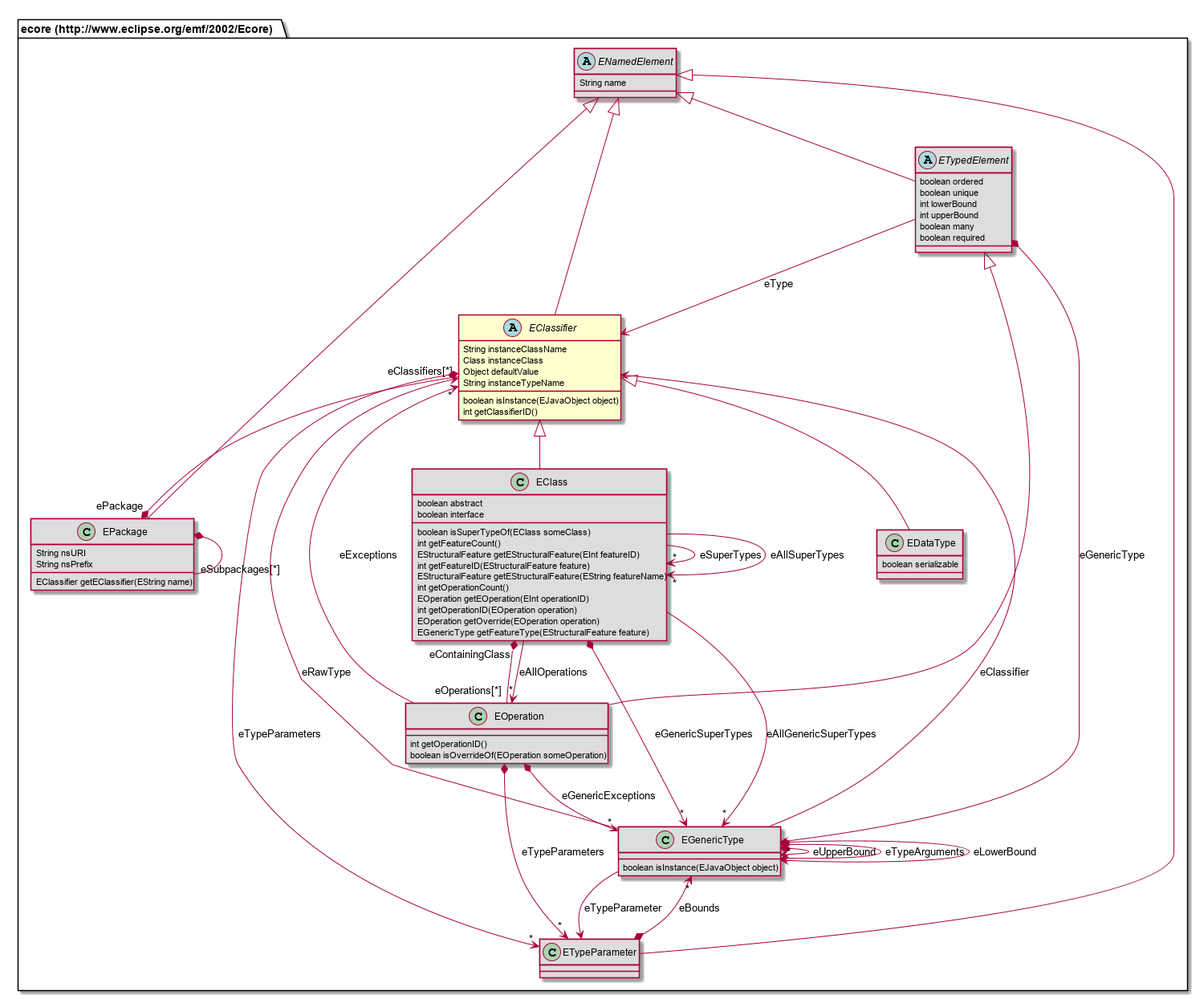
The PlantUML diagram repository/src/site/resources/model-doc/687474703a2f2f7777772e65636c697073652e6f72672f656d662f323030322f45636f7265/EClassifier.png in Nasdanika/html, before a commit. Its diagram source:
```plantuml
@startuml
abstract class "ecore (http://www.eclipse.org/emf/2002/Ecore).EClassifier" [[#router/doc-content/687474703a2f2f7777772e65636c697073652e6f72672f656d662f323030322f45636f7265/EClassifier.html]] {
	String instanceClassName
	Class instanceClass
	Object defaultValue
	String instanceTypeName
	boolean isInstance(EJavaObject object)
	int getClassifierID()
}
class "ecore (http://www.eclipse.org/emf/2002/Ecore).EDataType" [[#router/doc-content/687474703a2f2f7777772e65636c697073652e6f72672f656d662f323030322f45636f7265/EDataType.html]] #DDDDDD {
	boolean serializable
}
class "ecore (http://www.eclipse.org/emf/2002/Ecore).EOperation" [[#router/doc-content/687474703a2f2f7777772e65636c697073652e6f72672f656d662f323030322f45636f7265/EOperation.html]] #DDDDDD {
	int getOperationID()
	boolean isOverrideOf(EOperation someOperation)
}
abstract class "ecore (http://www.eclipse.org/emf/2002/Ecore).ETypedElement" [[#router/doc-content/687474703a2f2f7777772e65636c697073652e6f72672f656d662f323030322f45636f7265/ETypedElement.html]] #DDDDDD {
	boolean ordered
	boolean unique
	int lowerBound
	int upperBound
	boolean many
	boolean required
}
class "ecore (http://www.eclipse.org/emf/2002/Ecore).EPackage" [[#router/doc-content/687474703a2f2f7777772e65636c697073652e6f72672f656d662f323030322f45636f7265/EPackage.html]] #DDDDDD {
	String nsURI
	String nsPrefix
	EClassifier getEClassifier(EString name)
}
class "ecore (http://www.eclipse.org/emf/2002/Ecore).EClass" [[#router/doc-content/687474703a2f2f7777772e65636c697073652e6f72672f656d662f323030322f45636f7265/EClass.html]] #DDDDDD {
	boolean abstract
	boolean interface
	boolean isSuperTypeOf(EClass someClass)
	int getFeatureCount()
	EStructuralFeature getEStructuralFeature(EInt featureID)
	int getFeatureID(EStructuralFeature feature)
	EStructuralFeature getEStructuralFeature(EString featureName)
	int getOperationCount()
	EOperation getEOperation(EInt operationID)
	int getOperationID(EOperation operation)
	EOperation getOverride(EOperation operation)
	EGenericType getFeatureType(EStructuralFeature feature)
}
class "ecore (http://www.eclipse.org/emf/2002/Ecore).ETypeParameter" [[#router/doc-content/687474703a2f2f7777772e65636c697073652e6f72672f656d662f323030322f45636f7265/ETypeParameter.html]] #DDDDDD {
}
class "ecore (http://www.eclipse.org/emf/2002/Ecore).EGenericType" [[#router/doc-content/687474703a2f2f7777772e65636c697073652e6f72672f656d662f323030322f45636f7265/EGenericType.html]] #DDDDDD {
	boolean isInstance(EJavaObject object)
}
abstract class "ecore (http://www.eclipse.org/emf/2002/Ecore).ENamedElement" [[#router/doc-content/687474703a2f2f7777772e65636c697073652e6f72672f656d662f323030322f45636f7265/ENamedElement.html]] #DDDDDD {
	String name
}
"ecore (http://www.eclipse.org/emf/2002/Ecore).EClassifier" <|-- "ecore (http://www.eclipse.org/emf/2002/Ecore).EDataType"
"ecore (http://www.eclipse.org/emf/2002/Ecore).ETypedElement" <|-- "ecore (http://www.eclipse.org/emf/2002/Ecore).EOperation"
"ecore (http://www.eclipse.org/emf/2002/Ecore).ENamedElement" <|-- "ecore (http://www.eclipse.org/emf/2002/Ecore).ETypedElement"
"ecore (http://www.eclipse.org/emf/2002/Ecore).ENamedElement" <|-- "ecore (http://www.eclipse.org/emf/2002/Ecore).EClassifier"
"ecore (http://www.eclipse.org/emf/2002/Ecore).ENamedElement" <|-- "ecore (http://www.eclipse.org/emf/2002/Ecore).EPackage"
"ecore (http://www.eclipse.org/emf/2002/Ecore).EClassifier" <|-- "ecore (http://www.eclipse.org/emf/2002/Ecore).EClass"
"ecore (http://www.eclipse.org/emf/2002/Ecore).ENamedElement" <|-- "ecore (http://www.eclipse.org/emf/2002/Ecore).ETypeParameter"
"ecore (http://www.eclipse.org/emf/2002/Ecore).EOperation" "eOperations[*]" --* "eContainingClass" "ecore (http://www.eclipse.org/emf/2002/Ecore).EClass"
"ecore (http://www.eclipse.org/emf/2002/Ecore).EOperation" *--> "*" "ecore (http://www.eclipse.org/emf/2002/Ecore).ETypeParameter" : eTypeParameters
"ecore (http://www.eclipse.org/emf/2002/Ecore).EOperation" --> "*" "ecore (http://www.eclipse.org/emf/2002/Ecore).EClassifier" : eExceptions
"ecore (http://www.eclipse.org/emf/2002/Ecore).EOperation" *--> "*" "ecore (http://www.eclipse.org/emf/2002/Ecore).EGenericType" : eGenericExceptions
"ecore (http://www.eclipse.org/emf/2002/Ecore).ETypedElement" --> "ecore (http://www.eclipse.org/emf/2002/Ecore).EClassifier" : eType
"ecore (http://www.eclipse.org/emf/2002/Ecore).ETypedElement" *--> "ecore (http://www.eclipse.org/emf/2002/Ecore).EGenericType" : eGenericType
"ecore (http://www.eclipse.org/emf/2002/Ecore).EClassifier" "eClassifiers[*]" --* "ePackage" "ecore (http://www.eclipse.org/emf/2002/Ecore).EPackage"
"ecore (http://www.eclipse.org/emf/2002/Ecore).EClassifier" *--> "*" "ecore (http://www.eclipse.org/emf/2002/Ecore).ETypeParameter" : eTypeParameters
"ecore (http://www.eclipse.org/emf/2002/Ecore).EPackage" *-- "eSubpackages[*]" "ecore (http://www.eclipse.org/emf/2002/Ecore).EPackage"
"ecore (http://www.eclipse.org/emf/2002/Ecore).EClass" --> "*" "ecore (http://www.eclipse.org/emf/2002/Ecore).EClass" : eSuperTypes
"ecore (http://www.eclipse.org/emf/2002/Ecore).EClass" --> "*" "ecore (http://www.eclipse.org/emf/2002/Ecore).EOperation" : eAllOperations
"ecore (http://www.eclipse.org/emf/2002/Ecore).EClass" --> "*" "ecore (http://www.eclipse.org/emf/2002/Ecore).EClass" : eAllSuperTypes
"ecore (http://www.eclipse.org/emf/2002/Ecore).EClass" *--> "*" "ecore (http://www.eclipse.org/emf/2002/Ecore).EGenericType" : eGenericSuperTypes
"ecore (http://www.eclipse.org/emf/2002/Ecore).EClass" --> "*" "ecore (http://www.eclipse.org/emf/2002/Ecore).EGenericType" : eAllGenericSuperTypes
"ecore (http://www.eclipse.org/emf/2002/Ecore).ETypeParameter" *--> "*" "ecore (http://www.eclipse.org/emf/2002/Ecore).EGenericType" : eBounds
"ecore (http://www.eclipse.org/emf/2002/Ecore).EGenericType" *--> "ecore (http://www.eclipse.org/emf/2002/Ecore).EGenericType" : eUpperBound
"ecore (http://www.eclipse.org/emf/2002/Ecore).EGenericType" *--> "*" "ecore (http://www.eclipse.org/emf/2002/Ecore).EGenericType" : eTypeArguments
"ecore (http://www.eclipse.org/emf/2002/Ecore).EGenericType" --> "ecore (http://www.eclipse.org/emf/2002/Ecore).EClassifier" : eRawType
"ecore (http://www.eclipse.org/emf/2002/Ecore).EGenericType" *--> "ecore (http://www.eclipse.org/emf/2002/Ecore).EGenericType" : eLowerBound
"ecore (http://www.eclipse.org/emf/2002/Ecore).EGenericType" --> "ecore (http://www.eclipse.org/emf/2002/Ecore).ETypeParameter" : eTypeParameter
"ecore (http://www.eclipse.org/emf/2002/Ecore).EGenericType" --> "ecore (http://www.eclipse.org/emf/2002/Ecore).EClassifier" : eClassifier
@enduml
```
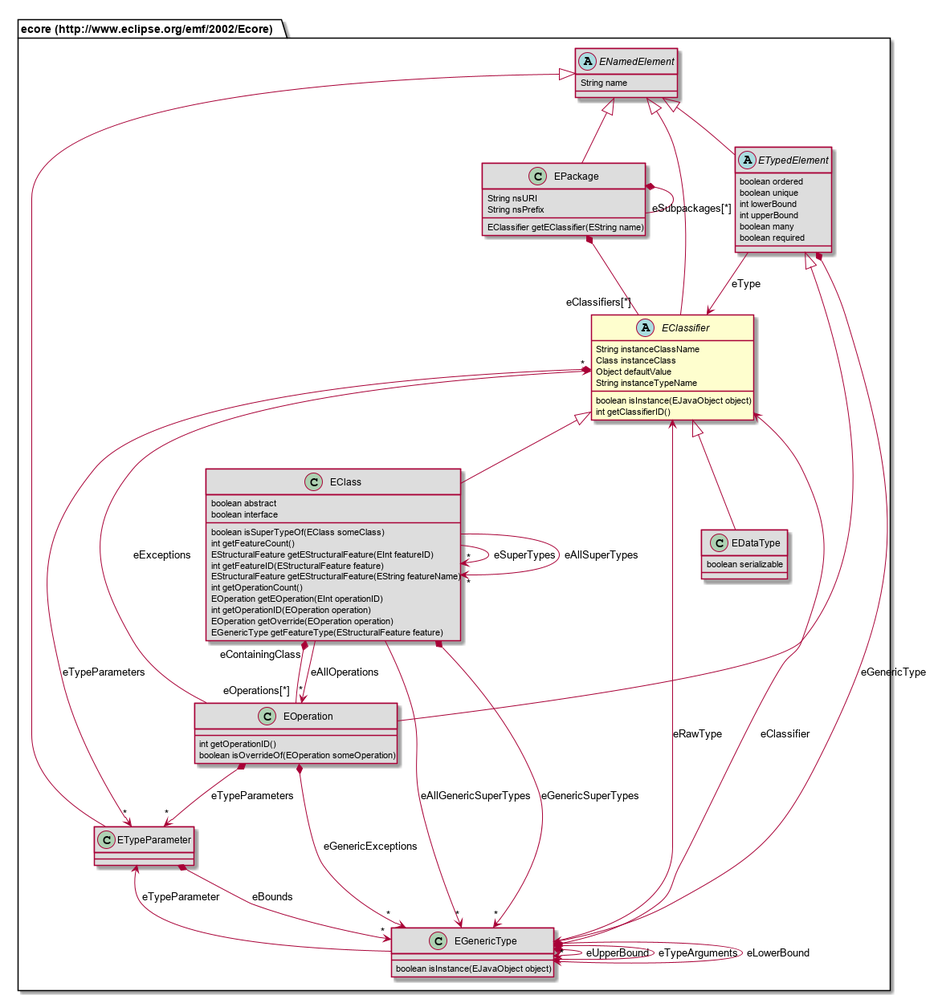
After the change.

The edit, as a diff of the source:
```diff
@@ -6,9 +6,6 @@
 	String instanceTypeName
 	boolean isInstance(EJavaObject object)
 	int getClassifierID()
-}
-class "ecore (http://www.eclipse.org/emf/2002/Ecore).EDataType" [[#router/doc-content/687474703a2f2f7777772e65636c697073652e6f72672f656d662f323030322f45636f7265/EDataType.html]] #DDDDDD {
-	boolean serializable
 }
 class "ecore (http://www.eclipse.org/emf/2002/Ecore).EOperation" [[#router/doc-content/687474703a2f2f7777772e65636c697073652e6f72672f656d662f323030322f45636f7265/EOperation.html]] #DDDDDD {
 	int getOperationID()
@@ -41,20 +38,23 @@
 	EOperation getOverride(EOperation operation)
 	EGenericType getFeatureType(EStructuralFeature feature)
 }
-class "ecore (http://www.eclipse.org/emf/2002/Ecore).ETypeParameter" [[#router/doc-content/687474703a2f2f7777772e65636c697073652e6f72672f656d662f323030322f45636f7265/ETypeParameter.html]] #DDDDDD {
+abstract class "ecore (http://www.eclipse.org/emf/2002/Ecore).ENamedElement" [[#router/doc-content/687474703a2f2f7777772e65636c697073652e6f72672f656d662f323030322f45636f7265/ENamedElement.html]] #DDDDDD {
+	String name
+}
+class "ecore (http://www.eclipse.org/emf/2002/Ecore).EDataType" [[#router/doc-content/687474703a2f2f7777772e65636c697073652e6f72672f656d662f323030322f45636f7265/EDataType.html]] #DDDDDD {
+	boolean serializable
 }
 class "ecore (http://www.eclipse.org/emf/2002/Ecore).EGenericType" [[#router/doc-content/687474703a2f2f7777772e65636c697073652e6f72672f656d662f323030322f45636f7265/EGenericType.html]] #DDDDDD {
 	boolean isInstance(EJavaObject object)
 }
-abstract class "ecore (http://www.eclipse.org/emf/2002/Ecore).ENamedElement" [[#router/doc-content/687474703a2f2f7777772e65636c697073652e6f72672f656d662f323030322f45636f7265/ENamedElement.html]] #DDDDDD {
-	String name
+class "ecore (http://www.eclipse.org/emf/2002/Ecore).ETypeParameter" [[#router/doc-content/687474703a2f2f7777772e65636c697073652e6f72672f656d662f323030322f45636f7265/ETypeParameter.html]] #DDDDDD {
 }
-"ecore (http://www.eclipse.org/emf/2002/Ecore).EClassifier" <|-- "ecore (http://www.eclipse.org/emf/2002/Ecore).EDataType"
 "ecore (http://www.eclipse.org/emf/2002/Ecore).ETypedElement" <|-- "ecore (http://www.eclipse.org/emf/2002/Ecore).EOperation"
 "ecore (http://www.eclipse.org/emf/2002/Ecore).ENamedElement" <|-- "ecore (http://www.eclipse.org/emf/2002/Ecore).ETypedElement"
-"ecore (http://www.eclipse.org/emf/2002/Ecore).ENamedElement" <|-- "ecore (http://www.eclipse.org/emf/2002/Ecore).EClassifier"
 "ecore (http://www.eclipse.org/emf/2002/Ecore).ENamedElement" <|-- "ecore (http://www.eclipse.org/emf/2002/Ecore).EPackage"
 "ecore (http://www.eclipse.org/emf/2002/Ecore).EClassifier" <|-- "ecore (http://www.eclipse.org/emf/2002/Ecore).EClass"
+"ecore (http://www.eclipse.org/emf/2002/Ecore).EClassifier" <|-- "ecore (http://www.eclipse.org/emf/2002/Ecore).EDataType"
+"ecore (http://www.eclipse.org/emf/2002/Ecore).ENamedElement" <|-- "ecore (http://www.eclipse.org/emf/2002/Ecore).EClassifier"
 "ecore (http://www.eclipse.org/emf/2002/Ecore).ENamedElement" <|-- "ecore (http://www.eclipse.org/emf/2002/Ecore).ETypeParameter"
 "ecore (http://www.eclipse.org/emf/2002/Ecore).EOperation" "eOperations[*]" --* "eContainingClass" "ecore (http://www.eclipse.org/emf/2002/Ecore).EClass"
 "ecore (http://www.eclipse.org/emf/2002/Ecore).EOperation" *--> "*" "ecore (http://www.eclipse.org/emf/2002/Ecore).ETypeParameter" : eTypeParameters
@@ -62,19 +62,19 @@
 "ecore (http://www.eclipse.org/emf/2002/Ecore).EOperation" *--> "*" "ecore (http://www.eclipse.org/emf/2002/Ecore).EGenericType" : eGenericExceptions
 "ecore (http://www.eclipse.org/emf/2002/Ecore).ETypedElement" --> "ecore (http://www.eclipse.org/emf/2002/Ecore).EClassifier" : eType
 "ecore (http://www.eclipse.org/emf/2002/Ecore).ETypedElement" *--> "ecore (http://www.eclipse.org/emf/2002/Ecore).EGenericType" : eGenericType
-"ecore (http://www.eclipse.org/emf/2002/Ecore).EClassifier" "eClassifiers[*]" --* "ePackage" "ecore (http://www.eclipse.org/emf/2002/Ecore).EPackage"
-"ecore (http://www.eclipse.org/emf/2002/Ecore).EClassifier" *--> "*" "ecore (http://www.eclipse.org/emf/2002/Ecore).ETypeParameter" : eTypeParameters
+"ecore (http://www.eclipse.org/emf/2002/Ecore).EPackage" *-- "eClassifiers[*]" "ecore (http://www.eclipse.org/emf/2002/Ecore).EClassifier"
 "ecore (http://www.eclipse.org/emf/2002/Ecore).EPackage" *-- "eSubpackages[*]" "ecore (http://www.eclipse.org/emf/2002/Ecore).EPackage"
 "ecore (http://www.eclipse.org/emf/2002/Ecore).EClass" --> "*" "ecore (http://www.eclipse.org/emf/2002/Ecore).EClass" : eSuperTypes
 "ecore (http://www.eclipse.org/emf/2002/Ecore).EClass" --> "*" "ecore (http://www.eclipse.org/emf/2002/Ecore).EOperation" : eAllOperations
 "ecore (http://www.eclipse.org/emf/2002/Ecore).EClass" --> "*" "ecore (http://www.eclipse.org/emf/2002/Ecore).EClass" : eAllSuperTypes
 "ecore (http://www.eclipse.org/emf/2002/Ecore).EClass" *--> "*" "ecore (http://www.eclipse.org/emf/2002/Ecore).EGenericType" : eGenericSuperTypes
 "ecore (http://www.eclipse.org/emf/2002/Ecore).EClass" --> "*" "ecore (http://www.eclipse.org/emf/2002/Ecore).EGenericType" : eAllGenericSuperTypes
-"ecore (http://www.eclipse.org/emf/2002/Ecore).ETypeParameter" *--> "*" "ecore (http://www.eclipse.org/emf/2002/Ecore).EGenericType" : eBounds
 "ecore (http://www.eclipse.org/emf/2002/Ecore).EGenericType" *--> "ecore (http://www.eclipse.org/emf/2002/Ecore).EGenericType" : eUpperBound
 "ecore (http://www.eclipse.org/emf/2002/Ecore).EGenericType" *--> "*" "ecore (http://www.eclipse.org/emf/2002/Ecore).EGenericType" : eTypeArguments
 "ecore (http://www.eclipse.org/emf/2002/Ecore).EGenericType" --> "ecore (http://www.eclipse.org/emf/2002/Ecore).EClassifier" : eRawType
 "ecore (http://www.eclipse.org/emf/2002/Ecore).EGenericType" *--> "ecore (http://www.eclipse.org/emf/2002/Ecore).EGenericType" : eLowerBound
 "ecore (http://www.eclipse.org/emf/2002/Ecore).EGenericType" --> "ecore (http://www.eclipse.org/emf/2002/Ecore).ETypeParameter" : eTypeParameter
 "ecore (http://www.eclipse.org/emf/2002/Ecore).EGenericType" --> "ecore (http://www.eclipse.org/emf/2002/Ecore).EClassifier" : eClassifier
+"ecore (http://www.eclipse.org/emf/2002/Ecore).EClassifier" *--> "*" "ecore (http://www.eclipse.org/emf/2002/Ecore).ETypeParameter" : eTypeParameters
+"ecore (http://www.eclipse.org/emf/2002/Ecore).ETypeParameter" *--> "*" "ecore (http://www.eclipse.org/emf/2002/Ecore).EGenericType" : eBounds
 @enduml
```
